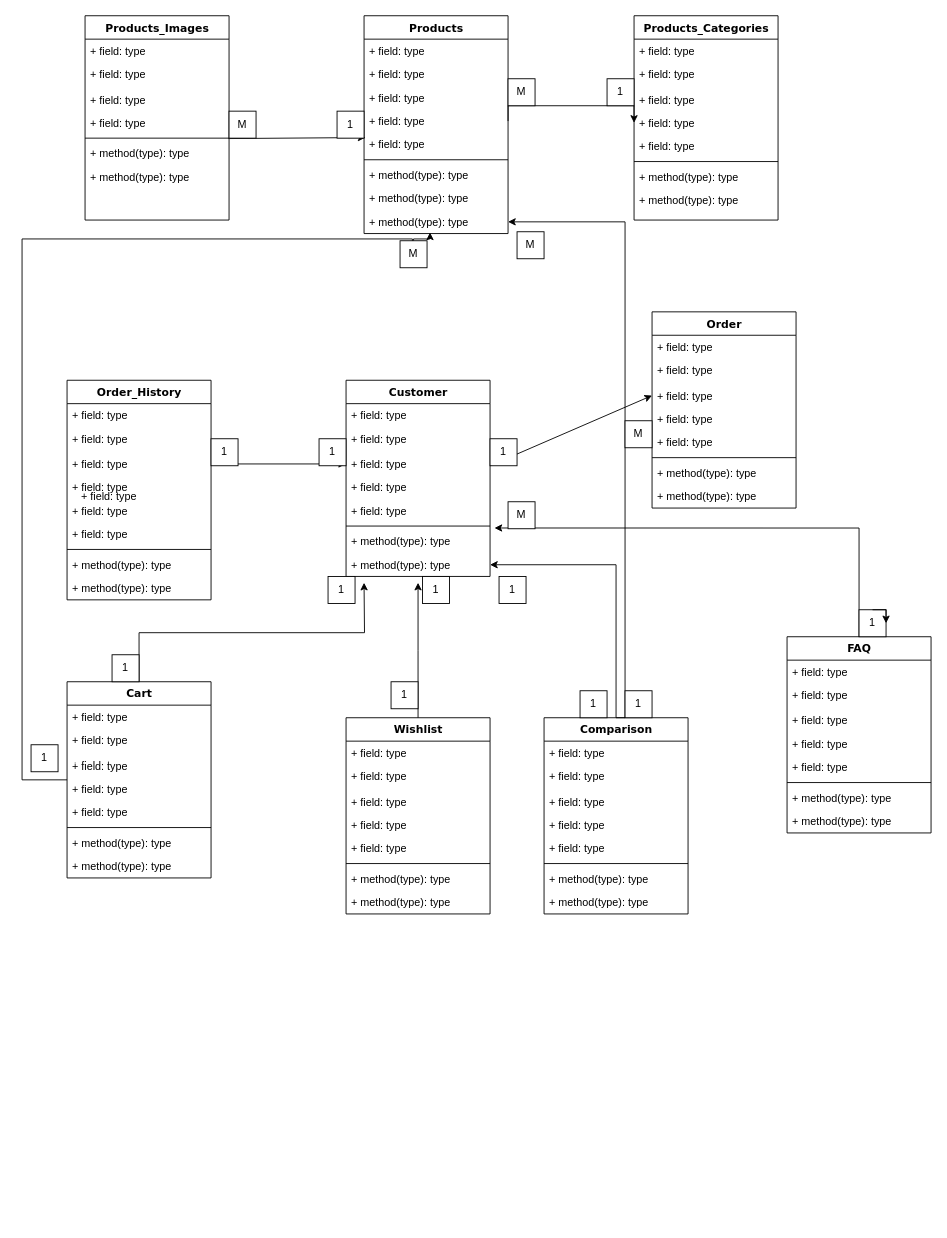
Above: docs/Діаграма без назви.drawio in VPiliaiev/MyGadget (draw.io), before the change. Source tidied: cells renumbered, new cells numbered last; positions are measured from the earlier drawing's top-left corner, leaving out a move shared by most shapes. Both pictures are drawn from the tidied source at 90%, with x=0, y=0 at pixel (22, 15).
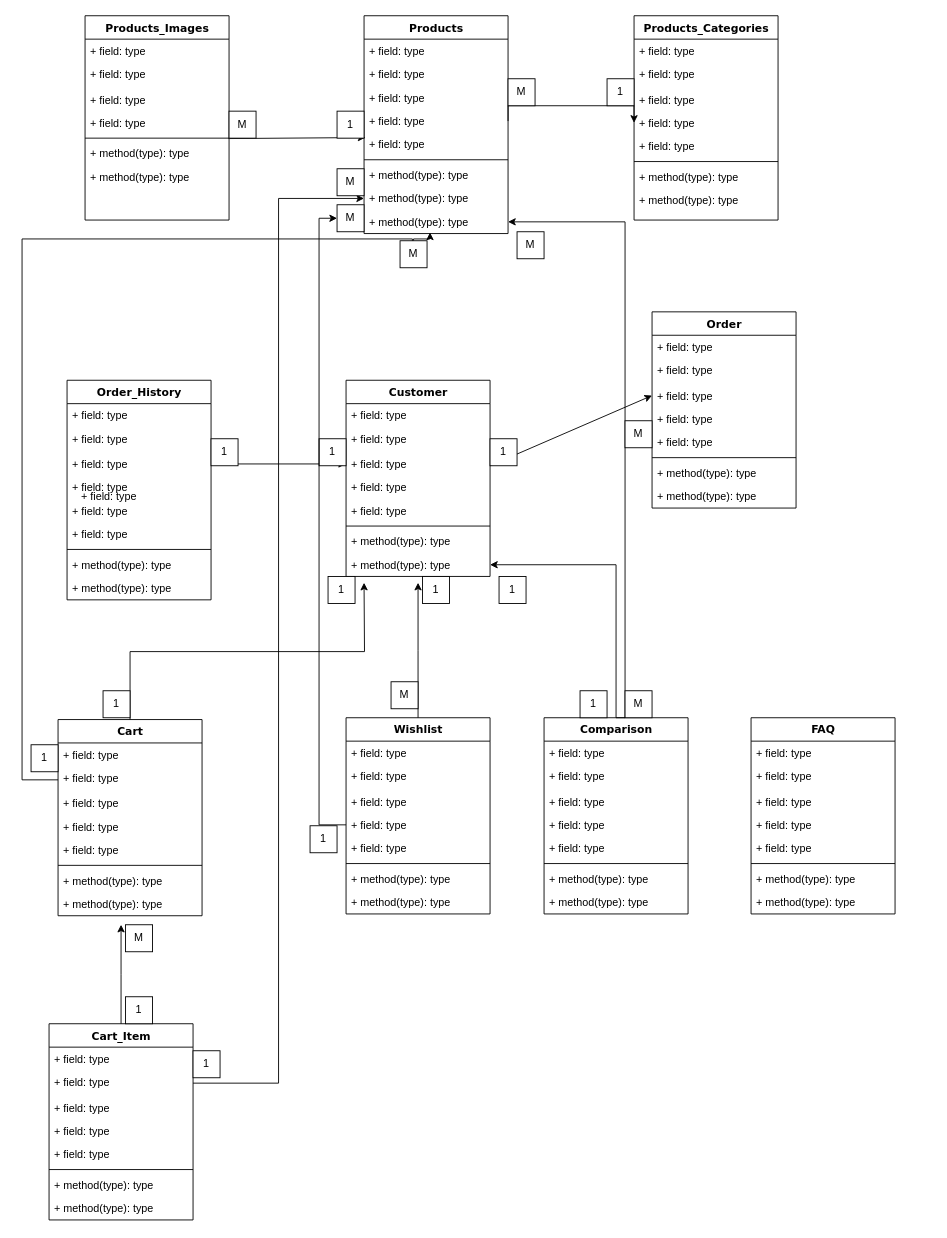
Above is the later version.

Unchanged cells that the change refers to:
```xml
<mxCell id="9" value="+ method(type): type" style="text;html=1;strokeColor=none;fillColor=none;align=left;verticalAlign=top;spacingLeft=4;spacingRight=4;whiteSpace=wrap;overflow=hidden;points=[[0,0.5],[1,0.5]];portConstraint=eastwest;" parent="2" vertex="1">
  <mxGeometry y="166" width="160" height="26" as="geometry" />
</mxCell>
<mxCell id="19" value="+ method(type): type" style="text;html=1;strokeColor=none;fillColor=none;align=left;verticalAlign=top;spacingLeft=4;spacingRight=4;whiteSpace=wrap;overflow=hidden;points=[[0,0.5],[1,0.5]];portConstraint=eastwest;" parent="11" vertex="1">
  <mxGeometry y="190" width="160" height="26" as="geometry" />
</mxCell>
<mxCell id="76" value="+ field: type" style="text;html=1;strokeColor=none;fillColor=none;align=left;verticalAlign=top;spacingLeft=4;spacingRight=4;whiteSpace=wrap;overflow=hidden;points=[[0,0.5],[1,0.5]];portConstraint=eastwest;" parent="72" vertex="1">
  <mxGeometry y="106" width="160" height="26" as="geometry" />
</mxCell>
```

Diff of the diagram source:
```diff
@@
     <mxCell id="62" value="Cart" style="swimlane;html=1;fontStyle=1;align=center;verticalAlign=top;horizontal=1;startSize=26;swimlaneFillColor=#ffffff;rounded=0;shadow=0;comic=0;labelBackgroundColor=none;strokeWidth=1;fillColor=none;fontFamily=Verdana;fontSize=12;" parent="1" vertex="1">
-      <mxGeometry x="50" y="740" width="160" height="218" as="geometry" />
+      <mxGeometry x="40" y="782" width="160" height="218" as="geometry" />
     </mxCell>
@@
     <mxCell id="92" value="FAQ" style="swimlane;html=1;fontStyle=1;align=center;verticalAlign=top;horizontal=1;startSize=26;swimlaneFillColor=#ffffff;rounded=0;shadow=0;comic=0;labelBackgroundColor=none;strokeWidth=1;fillColor=none;fontFamily=Verdana;fontSize=12;" parent="1" vertex="1">
-      <mxGeometry x="850" y="690" width="160" height="218" as="geometry" />
+      <mxGeometry x="810" y="780" width="160" height="218" as="geometry" />
     </mxCell>
@@
     <mxCell id="108" value="1" style="whiteSpace=wrap;html=1;" parent="1" vertex="1">
-      <mxGeometry x="100" y="710" width="30" height="30" as="geometry" />
+      <mxGeometry x="90" y="750" width="30" height="30" as="geometry" />
     </mxCell>
-    <mxCell id="109" value="1" style="whiteSpace=wrap;html=1;" parent="1" vertex="1">
+    <mxCell id="109" value="M" style="whiteSpace=wrap;html=1;" parent="1" vertex="1">
       <mxGeometry x="410" y="740" width="30" height="30" as="geometry" />
     </mxCell>
@@
-    <mxCell id="120" style="edgeStyle=orthogonalEdgeStyle;rounded=0;jettySize=auto;html=1;exitX=0.5;exitY=0;exitDx=0;exitDy=0;entryX=1.031;entryY=-0.071;entryDx=0;entryDy=0;entryPerimeter=0;" parent="1" edge="1" source="92" target="9">
-      <mxGeometry relative="1" as="geometry" />
-    </mxCell>
-    <mxCell id="121" value="M" style="whiteSpace=wrap;html=1;" parent="1" vertex="1">
-      <mxGeometry x="540" y="540" width="30" height="30" as="geometry" />
-    </mxCell>
-    <mxCell id="122" value="1" style="whiteSpace=wrap;html=1;" parent="1" vertex="1">
-      <mxGeometry x="930" y="660" width="30" height="30" as="geometry" />
-    </mxCell>
-    <mxCell id="123" style="edgeStyle=orthogonalEdgeStyle;rounded=0;orthogonalLoop=1;jettySize=auto;html=1;exitX=0.5;exitY=0;exitDx=0;exitDy=0;entryX=1;entryY=0.5;entryDx=0;entryDy=0;" parent="1" edge="1" source="122" target="122">
-      <mxGeometry relative="1" as="geometry" />
-    </mxCell>
-    <mxCell id="124" value="1" style="whiteSpace=wrap;html=1;" parent="1" vertex="1">
-      <mxGeometry x="670" y="750" width="30" height="30" as="geometry" />
-    </mxCell>
@@
+    <mxCell id="126" style="edgeStyle=orthogonalEdgeStyle;rounded=0;jettySize=auto;html=1;exitX=0.5;exitY=0;exitDx=0;exitDy=0;" parent="1" edge="1" source="127">
+      <mxGeometry relative="1" as="geometry">
+        <mxPoint x="110" y="1010" as="targetPoint" />
+      </mxGeometry>
+    </mxCell>
+    <mxCell id="127" value="Cart_Item" style="swimlane;html=1;fontStyle=1;align=center;verticalAlign=top;horizontal=1;startSize=26;swimlaneFillColor=#ffffff;rounded=0;shadow=0;comic=0;labelBackgroundColor=none;strokeWidth=1;fillColor=none;fontFamily=Verdana;fontSize=12;" parent="1" vertex="1">
+      <mxGeometry x="30" y="1120" width="160" height="218" as="geometry" />
+    </mxCell>
+    <mxCell id="128" value="+ field: type" style="text;html=1;strokeColor=none;fillColor=none;align=left;verticalAlign=top;spacingLeft=4;spacingRight=4;whiteSpace=wrap;overflow=hidden;" parent="127" vertex="1">
+      <mxGeometry y="26" width="160" height="26" as="geometry" />
+    </mxCell>
+    <mxCell id="129" value="+ field: type" style="text;html=1;strokeColor=none;fillColor=none;align=left;verticalAlign=top;spacingLeft=4;spacingRight=4;whiteSpace=wrap;overflow=hidden;points=[[0,0.5],[1,0.5]];portConstraint=eastwest;" parent="127" vertex="1">
+      <mxGeometry y="52" width="160" height="28" as="geometry" />
+    </mxCell>
+    <mxCell id="130" value="+ field: type" style="text;html=1;strokeColor=none;fillColor=none;align=left;verticalAlign=top;spacingLeft=4;spacingRight=4;whiteSpace=wrap;overflow=hidden;" parent="127" vertex="1">
+      <mxGeometry y="80" width="160" height="26" as="geometry" />
+    </mxCell>
+    <mxCell id="131" value="+ field: type" style="text;html=1;strokeColor=none;fillColor=none;align=left;verticalAlign=top;spacingLeft=4;spacingRight=4;whiteSpace=wrap;overflow=hidden;" parent="127" vertex="1">
+      <mxGeometry y="106" width="160" height="26" as="geometry" />
+    </mxCell>
+    <mxCell id="132" value="+ field: type" style="text;html=1;strokeColor=none;fillColor=none;align=left;verticalAlign=top;spacingLeft=4;spacingRight=4;whiteSpace=wrap;overflow=hidden;" parent="127" vertex="1">
+      <mxGeometry y="132" width="160" height="26" as="geometry" />
+    </mxCell>
+    <mxCell id="133" style="line;html=1;strokeWidth=1;fillColor=none;align=left;verticalAlign=middle;spacingTop=-1;spacingLeft=3;spacingRight=3;labelPosition=right;" parent="127" vertex="1">
+      <mxGeometry y="158" width="160" height="8" as="geometry" />
+    </mxCell>
+    <mxCell id="134" value="+ method(type): type" style="text;html=1;strokeColor=none;fillColor=none;align=left;verticalAlign=top;spacingLeft=4;spacingRight=4;whiteSpace=wrap;overflow=hidden;" parent="127" vertex="1">
+      <mxGeometry y="166" width="160" height="26" as="geometry" />
+    </mxCell>
+    <mxCell id="135" value="+ method(type): type" style="text;html=1;strokeColor=none;fillColor=none;align=left;verticalAlign=top;spacingLeft=4;spacingRight=4;whiteSpace=wrap;overflow=hidden;" parent="127" vertex="1">
+      <mxGeometry y="192" width="160" height="26" as="geometry" />
+    </mxCell>
+    <mxCell id="136" style="edgeStyle=orthogonalEdgeStyle;rounded=0;jettySize=auto;html=1;exitX=1;exitY=0.5;exitDx=0;exitDy=0;entryX=0;entryY=0.5;entryDx=0;entryDy=0;" parent="1" edge="1" source="129" target="19">
+      <mxGeometry relative="1" as="geometry" />
+    </mxCell>
+    <mxCell id="137" value="1" style="whiteSpace=wrap;html=1;" parent="1" vertex="1">
+      <mxGeometry x="190" y="1150" width="30" height="30" as="geometry" />
+    </mxCell>
+    <mxCell id="138" value="M" style="whiteSpace=wrap;html=1;" parent="1" vertex="1">
+      <mxGeometry x="350" y="210" width="30" height="30" as="geometry" />
+    </mxCell>
+    <mxCell id="139" value="M" style="whiteSpace=wrap;html=1;" parent="1" vertex="1">
+      <mxGeometry x="670" y="750" width="30" height="30" as="geometry" />
+    </mxCell>
+    <mxCell id="140" value="1" style="whiteSpace=wrap;html=1;" parent="1" vertex="1">
+      <mxGeometry x="115" y="1090" width="30" height="30" as="geometry" />
+    </mxCell>
+    <mxCell id="141" value="M" style="whiteSpace=wrap;html=1;" parent="1" vertex="1">
+      <mxGeometry x="115" y="1010" width="30" height="30" as="geometry" />
+    </mxCell>
+    <mxCell id="142" style="edgeStyle=orthogonalEdgeStyle;rounded=0;jettySize=auto;html=1;exitX=0;exitY=0.5;exitDx=0;exitDy=0;entryX=0;entryY=0.5;entryDx=0;entryDy=0;" parent="1" edge="1" source="76" target="138">
+      <mxGeometry relative="1" as="geometry" />
+    </mxCell>
+    <mxCell id="143" value="M" style="whiteSpace=wrap;html=1;" parent="1" vertex="1">
+      <mxGeometry x="350" y="170" width="30" height="30" as="geometry" />
+    </mxCell>
+    <mxCell id="144" value="1" style="whiteSpace=wrap;html=1;" parent="1" vertex="1">
+      <mxGeometry x="320" y="900" width="30" height="30" as="geometry" />
+    </mxCell>
```
